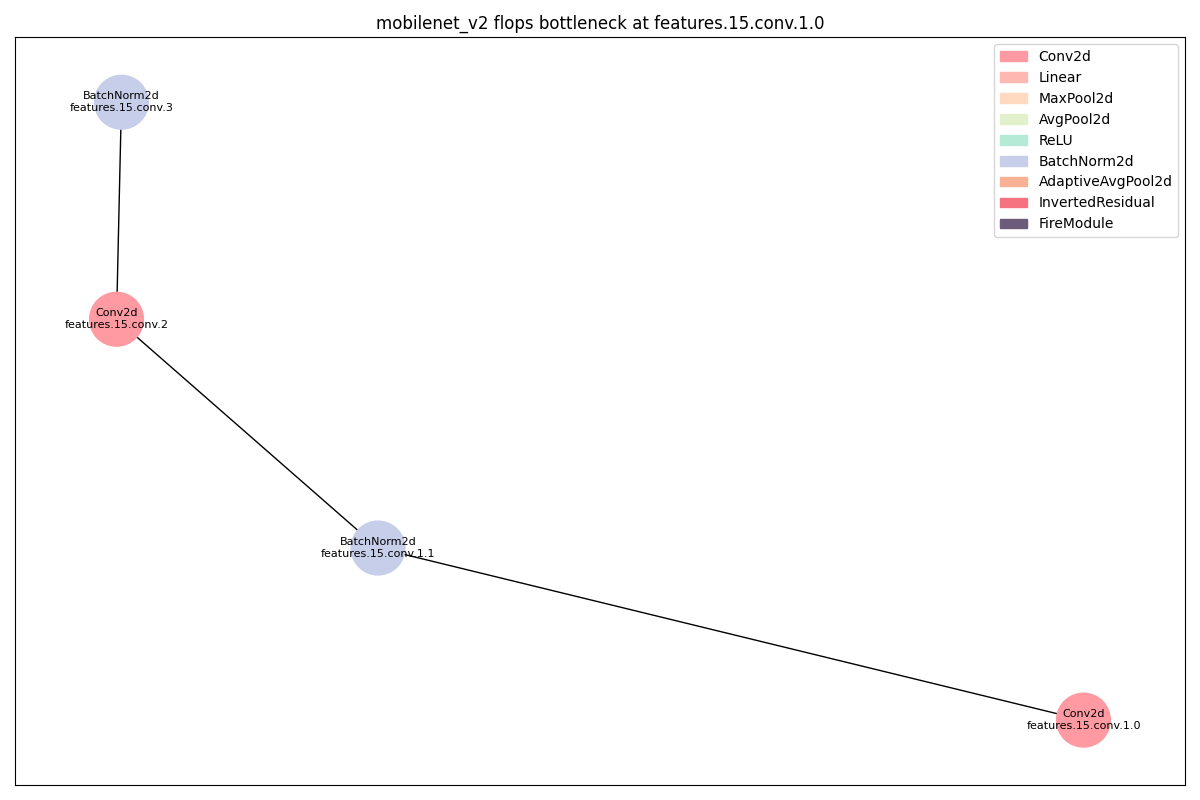
11222-Meng/DNN_Bottlen_Layer_Analysis keeps this Graphviz diagram as dags/mobilenet_v2_flops_features_15_conv_1_0_op.png. Above is the earlier version. Its source is kept beside it as dags/mobilenet_v2_flops_features_15_conv_1_0_op.dot. The source it was exported from:
```dot
strict digraph "" {
	Conv2d_0	[color="#FF9AA2",
		layer_name="features.15.conv.1.0",
		params=8640,
		type=Conv2d];
	BatchNorm2d_0	[color="#C7CEEA",
		layer_name="features.15.conv.1.1",
		params=1920,
		type=BatchNorm2d];
	Conv2d_0 -> BatchNorm2d_0;
	Conv2d_1	[color="#FF9AA2",
		layer_name="features.15.conv.2",
		params=153600,
		type=Conv2d];
	BatchNorm2d_0 -> Conv2d_1;
	BatchNorm2d_1	[color="#C7CEEA",
		layer_name="features.15.conv.3",
		params=320,
		type=BatchNorm2d];
	Conv2d_1 -> BatchNorm2d_1;
}
```
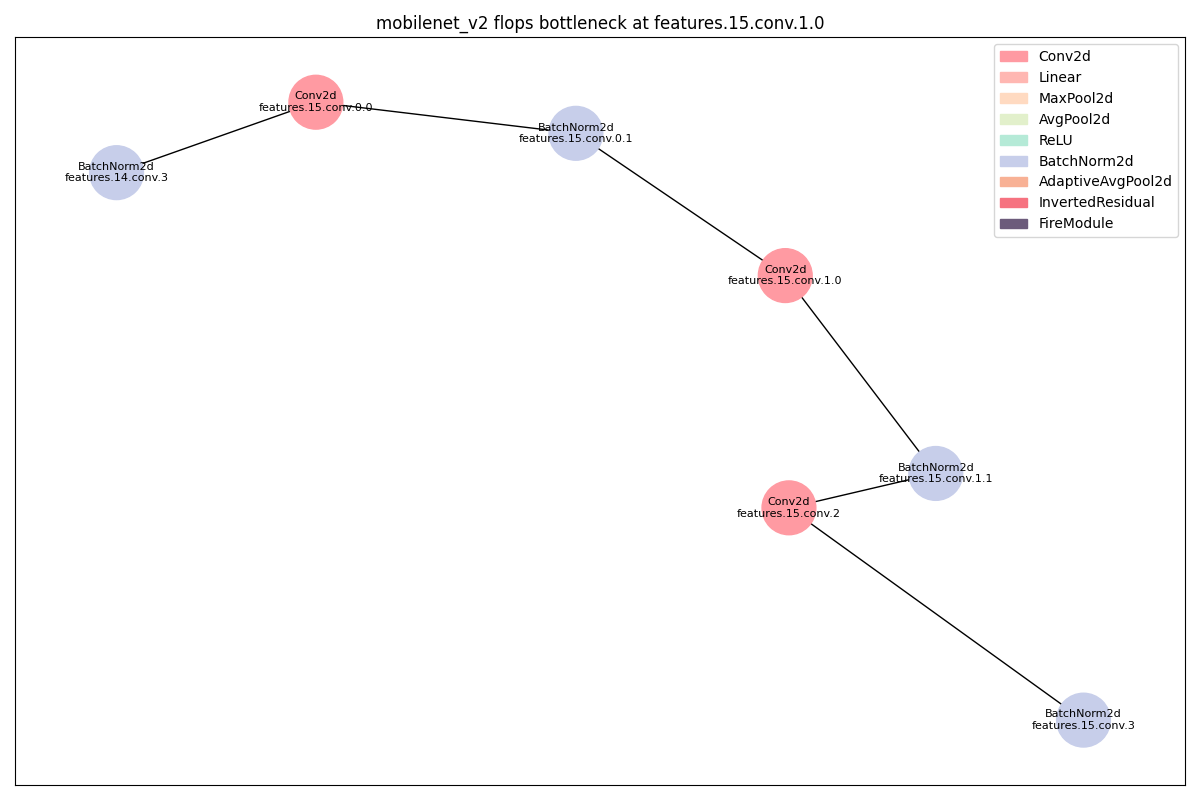
After the commit.

Diff of the diagram source:
```diff
@@ -1,21 +1,36 @@
 strict digraph "" {
+	BatchNorm2d_0	[color="#C7CEEA",
+		layer_name="features.14.conv.3",
+		params=320,
+		type=BatchNorm2d];
 	Conv2d_0	[color="#FF9AA2",
+		layer_name="features.15.conv.0.0",
+		params=153600,
+		type=Conv2d];
+	BatchNorm2d_0 -> Conv2d_0;
+	BatchNorm2d_1	[color="#C7CEEA",
+		layer_name="features.15.conv.0.1",
+		params=1920,
+		type=BatchNorm2d];
+	Conv2d_0 -> BatchNorm2d_1;
+	Conv2d_1	[color="#FF9AA2",
 		layer_name="features.15.conv.1.0",
 		params=8640,
 		type=Conv2d];
-	BatchNorm2d_0	[color="#C7CEEA",
+	BatchNorm2d_1 -> Conv2d_1;
+	BatchNorm2d_2	[color="#C7CEEA",
 		layer_name="features.15.conv.1.1",
 		params=1920,
 		type=BatchNorm2d];
-	Conv2d_0 -> BatchNorm2d_0;
-	Conv2d_1	[color="#FF9AA2",
+	Conv2d_1 -> BatchNorm2d_2;
+	Conv2d_2	[color="#FF9AA2",
 		layer_name="features.15.conv.2",
 		params=153600,
 		type=Conv2d];
-	BatchNorm2d_0 -> Conv2d_1;
-	BatchNorm2d_1	[color="#C7CEEA",
+	BatchNorm2d_2 -> Conv2d_2;
+	BatchNorm2d_3	[color="#C7CEEA",
 		layer_name="features.15.conv.3",
 		params=320,
 		type=BatchNorm2d];
-	Conv2d_1 -> BatchNorm2d_1;
+	Conv2d_2 -> BatchNorm2d_3;
 }
```
